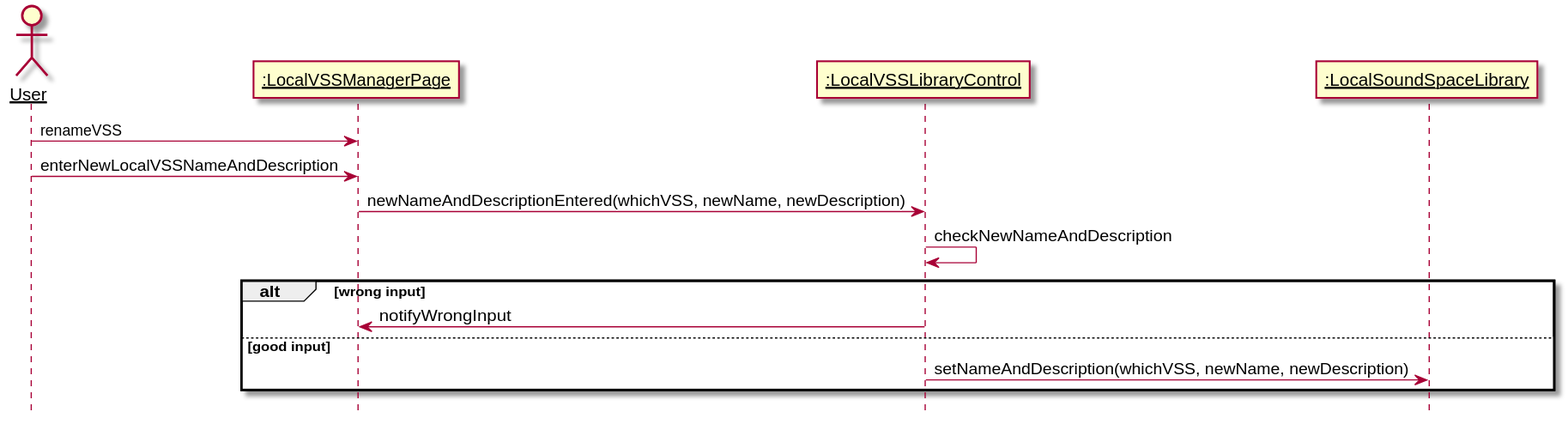
kpp19920121/doc keeps this PlantUML diagram as 设计/Diagrams/RenameVSS.svg. Above is the earlier version. Source of this version:
```plantuml
@startuml Diagrams/RenameVSS
hide footbox
skinparam sequenceParticipant underline

actor User as user
participant ":LocalVSSManagerPage" as page
participant ":LocalVSSLibraryControl" as control
participant ":LocalSoundSpaceLibrary" as library

user -> page: renameVSS
user -> page: enterNewLocalVSSNameAndDescription
page -> control: newNameAndDescriptionEntered(whichVSS, newName, newDescription)
control -> control: checkNewNameAndDescription
alt wrong input
    control -> page: notifyWrongInput
else good input
    control -> library: setNameAndDescription(whichVSS, newName, newDescription)
end

@enduml
```
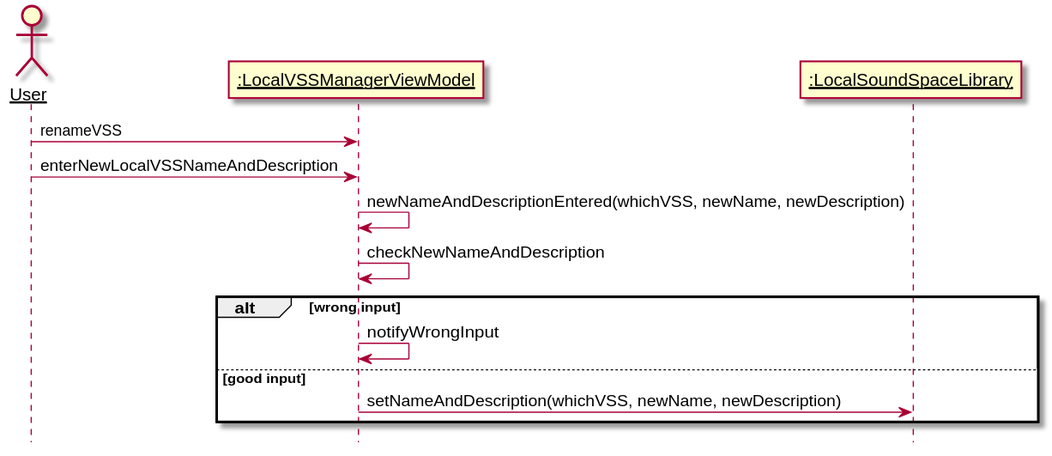
The same diagram one commit later.

What changed in the source:
```diff
@@ -3,18 +3,17 @@
 skinparam sequenceParticipant underline
 
 actor User as user
-participant ":LocalVSSManagerPage" as page
-participant ":LocalVSSLibraryControl" as control
+participant ":LocalVSSManagerViewModel" as page
 participant ":LocalSoundSpaceLibrary" as library
 
 user -> page: renameVSS
 user -> page: enterNewLocalVSSNameAndDescription
-page -> control: newNameAndDescriptionEntered(whichVSS, newName, newDescription)
-control -> control: checkNewNameAndDescription
+page -> page: newNameAndDescriptionEntered(whichVSS, newName, newDescription)
+page -> page: checkNewNameAndDescription
 alt wrong input
-    control -> page: notifyWrongInput
+    page -> page: notifyWrongInput
 else good input
-    control -> library: setNameAndDescription(whichVSS, newName, newDescription)
+    page -> library: setNameAndDescription(whichVSS, newName, newDescription)
 end
 
 @enduml
```
